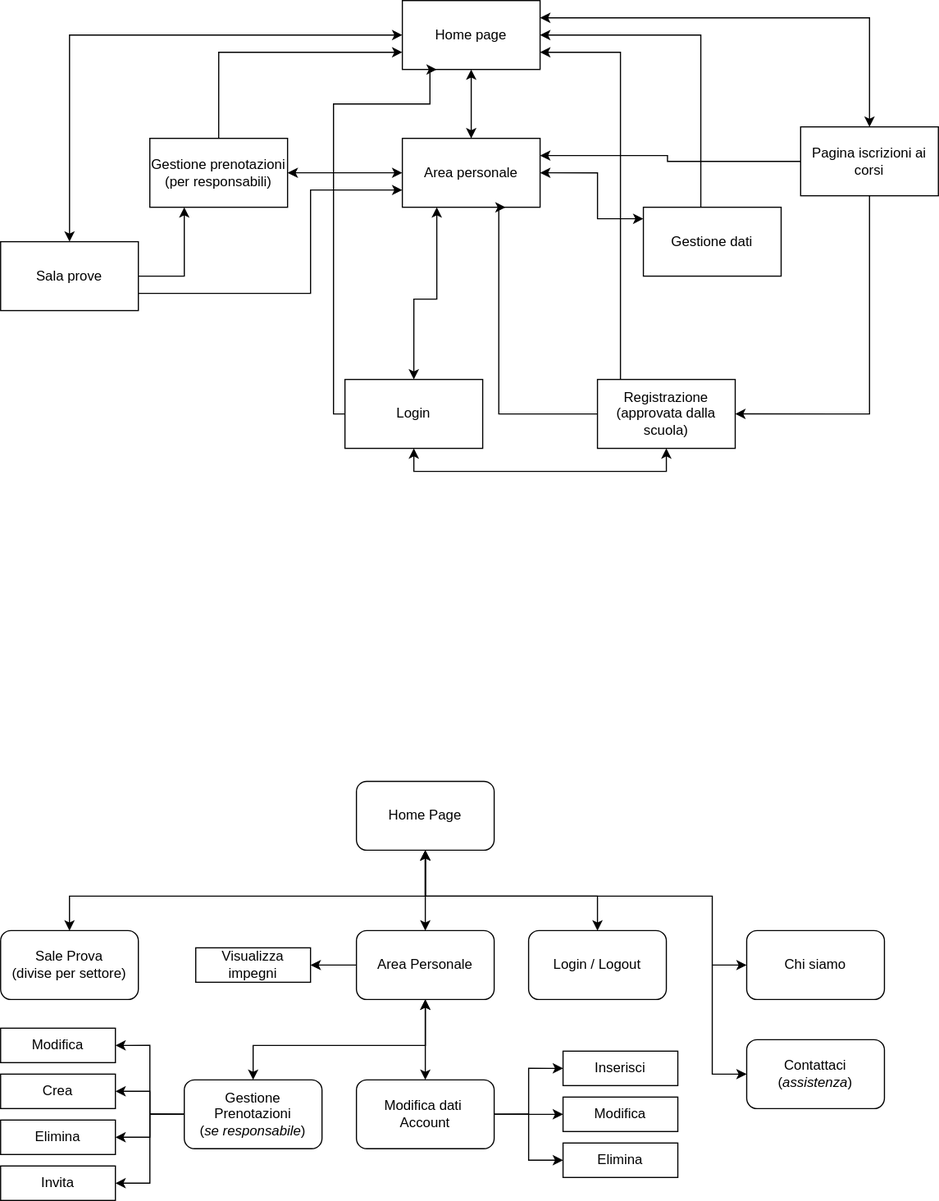
Above: schemiER/albero_funzionalità.svg in pirvllv/PWeb-Project_25-26_Ancri-Piralla-Suanno (draw.io), before the change. Source tidied: cells renumbered, new cells last; positions are measured from the earlier drawing's top-left corner, leaving out a move shared by most shapes.
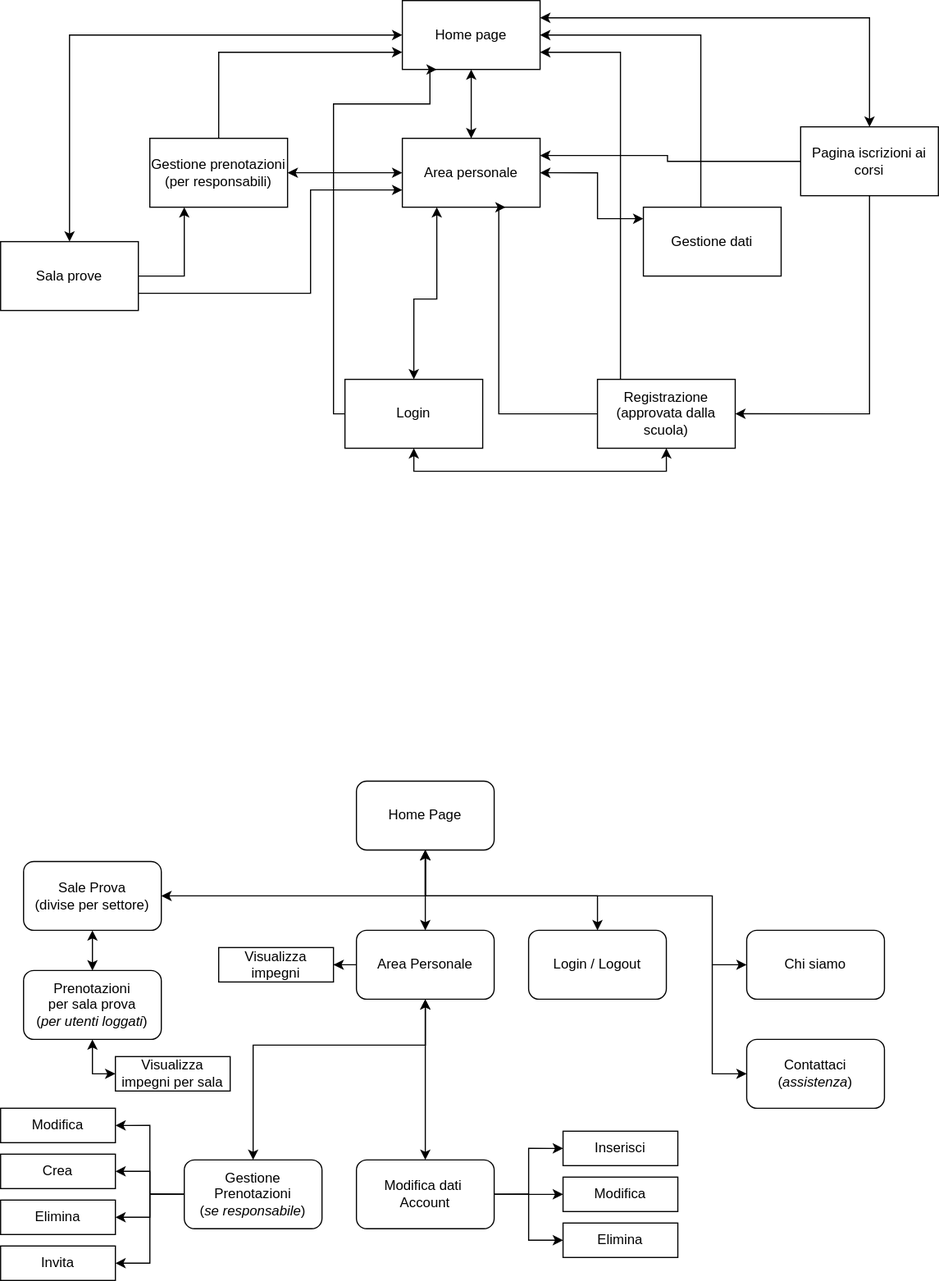
Later version of the same file.

Diff of the diagram source:
```diff
@@ -133,7 +133,7 @@
       <mxGeometry relative="1" as="geometry" />
     </mxCell>
     <mxCell id="30" value="Modifica dati&amp;nbsp;&lt;div&gt;Account&lt;/div&gt;" style="rounded=1;whiteSpace=wrap;html=1;" parent="1" vertex="1">
-      <mxGeometry x="310" y="940" width="120" height="60" as="geometry" />
+      <mxGeometry x="310" y="1010" width="120" height="60" as="geometry" />
     </mxCell>
     <mxCell id="31" style="edgeStyle=orthogonalEdgeStyle;rounded=0;jettySize=auto;html=1;entryX=1;entryY=0.5;entryDx=0;entryDy=0;" parent="1" edge="1" source="35" target="51">
       <mxGeometry relative="1" as="geometry" />
@@ -148,7 +148,7 @@
       <mxGeometry relative="1" as="geometry" />
     </mxCell>
     <mxCell id="35" value="Gestione Prenotazioni&lt;div&gt;(&lt;i&gt;se responsabile&lt;/i&gt;)&lt;/div&gt;" style="rounded=1;whiteSpace=wrap;html=1;" parent="1" vertex="1">
-      <mxGeometry x="160" y="940" width="120" height="60" as="geometry" />
+      <mxGeometry x="160" y="1010" width="120" height="60" as="geometry" />
     </mxCell>
     <mxCell id="36" style="edgeStyle=orthogonalEdgeStyle;rounded=0;jettySize=auto;html=1;entryX=1;entryY=0.5;entryDx=0;entryDy=0;" parent="1" edge="1" source="37" target="50">
       <mxGeometry relative="1" as="geometry" />
@@ -163,7 +163,7 @@
       <mxGeometry x="460" y="810" width="120" height="60" as="geometry" />
     </mxCell>
     <mxCell id="40" value="Sale Prova&lt;div&gt;(divise per settore)&lt;/div&gt;" style="rounded=1;whiteSpace=wrap;html=1;" parent="1" vertex="1">
-      <mxGeometry y="810" width="120" height="60" as="geometry" />
+      <mxGeometry x="20" y="750" width="120" height="60" as="geometry" />
     </mxCell>
     <mxCell id="41" style="endArrow=classic;startArrow=classic;html=1;rounded=0;exitX=0.5;exitY=0;exitDx=0;exitDy=0;entryX=0.5;entryY=1;entryDx=0;entryDy=0;" parent="1" edge="1" source="37" target="26">
       <mxGeometry relative="1" as="geometry" />
@@ -186,10 +186,10 @@
         </Array>
       </mxGeometry>
     </mxCell>
-    <mxCell id="44" style="endArrow=classic;startArrow=classic;html=1;rounded=0;exitX=0.5;exitY=0;exitDx=0;exitDy=0;entryX=0.5;entryY=1;entryDx=0;entryDy=0;" parent="1" edge="1" source="40" target="26">
+    <mxCell id="44" style="endArrow=classic;startArrow=classic;html=1;rounded=0;exitX=1;exitY=0.5;exitDx=0;exitDy=0;entryX=0.5;entryY=1;entryDx=0;entryDy=0;" parent="1" edge="1" source="40" target="26">
       <mxGeometry relative="1" as="geometry">
         <Array as="points">
-          <mxPoint x="60" y="780" />
+          <mxPoint x="190" y="780" />
           <mxPoint x="370" y="780" />
         </Array>
       </mxGeometry>
@@ -206,28 +206,28 @@
       </mxGeometry>
     </mxCell>
     <mxCell id="47" value="Modifica" style="rounded=0;whiteSpace=wrap;html=1;" parent="1" vertex="1">
-      <mxGeometry x="490" y="955" width="100" height="30" as="geometry" />
+      <mxGeometry x="490" y="1025" width="100" height="30" as="geometry" />
     </mxCell>
     <mxCell id="48" value="Inserisci" style="rounded=0;whiteSpace=wrap;html=1;" parent="1" vertex="1">
-      <mxGeometry x="490" y="915" width="100" height="30" as="geometry" />
+      <mxGeometry x="490" y="985" width="100" height="30" as="geometry" />
     </mxCell>
     <mxCell id="49" value="El&lt;span style=&quot;background-color: transparent; color: light-dark(rgb(0, 0, 0), rgb(255, 255, 255));&quot;&gt;imina&lt;/span&gt;" style="rounded=0;whiteSpace=wrap;html=1;" parent="1" vertex="1">
-      <mxGeometry x="490" y="995" width="100" height="30" as="geometry" />
+      <mxGeometry x="490" y="1065" width="100" height="30" as="geometry" />
     </mxCell>
     <mxCell id="50" value="Visualizza impegni" style="rounded=0;whiteSpace=wrap;html=1;" parent="1" vertex="1">
-      <mxGeometry x="170" y="825" width="100" height="30" as="geometry" />
+      <mxGeometry x="190" y="825" width="100" height="30" as="geometry" />
     </mxCell>
     <mxCell id="51" value="Modifica" style="rounded=0;whiteSpace=wrap;html=1;" parent="1" vertex="1">
-      <mxGeometry y="895" width="100" height="30" as="geometry" />
+      <mxGeometry y="965" width="100" height="30" as="geometry" />
     </mxCell>
     <mxCell id="52" value="Crea" style="rounded=0;whiteSpace=wrap;html=1;" parent="1" vertex="1">
-      <mxGeometry y="935" width="100" height="30" as="geometry" />
+      <mxGeometry y="1005" width="100" height="30" as="geometry" />
     </mxCell>
     <mxCell id="53" value="Elimina" style="rounded=0;whiteSpace=wrap;html=1;" parent="1" vertex="1">
-      <mxGeometry y="975" width="100" height="30" as="geometry" />
+      <mxGeometry y="1045" width="100" height="30" as="geometry" />
     </mxCell>
     <mxCell id="54" value="Invita" style="rounded=0;whiteSpace=wrap;html=1;" parent="1" vertex="1">
-      <mxGeometry y="1015" width="100" height="30" as="geometry" />
+      <mxGeometry y="1085" width="100" height="30" as="geometry" />
     </mxCell>
     <mxCell id="55" value="Contattaci&lt;div&gt;(&lt;i&gt;assistenza&lt;/i&gt;)&lt;/div&gt;" style="rounded=1;whiteSpace=wrap;html=1;" parent="1" vertex="1">
       <mxGeometry x="650" y="905" width="120" height="60" as="geometry" />
@@ -240,5 +240,21 @@
         </Array>
       </mxGeometry>
     </mxCell>
+    <mxCell id="57" value="Prenotazioni&lt;div&gt;per sala prova&lt;/div&gt;&lt;div&gt;(&lt;i&gt;per utenti loggati&lt;/i&gt;)&lt;/div&gt;" style="rounded=1;whiteSpace=wrap;html=1;" parent="1" vertex="1">
+      <mxGeometry x="20" y="845" width="120" height="60" as="geometry" />
+    </mxCell>
+    <mxCell id="58" style="endArrow=classic;startArrow=classic;html=1;rounded=0;entryX=0.5;entryY=1;entryDx=0;entryDy=0;exitX=0.5;exitY=0;exitDx=0;exitDy=0;" parent="1" edge="1" source="57" target="40">
+      <mxGeometry relative="1" as="geometry" />
+    </mxCell>
+    <mxCell id="59" value="Visualizza impegni per sala" style="rounded=0;whiteSpace=wrap;html=1;" parent="1" vertex="1">
+      <mxGeometry x="100" y="920" width="100" height="30" as="geometry" />
+    </mxCell>
+    <mxCell id="60" style="endArrow=classic;startArrow=classic;html=1;rounded=0;entryX=0.5;entryY=1;entryDx=0;entryDy=0;exitX=0;exitY=0.5;exitDx=0;exitDy=0;" parent="1" edge="1" source="59" target="57">
+      <mxGeometry relative="1" as="geometry">
+        <Array as="points">
+          <mxPoint x="80" y="935" />
+        </Array>
+      </mxGeometry>
+    </mxCell>
   </root>
 </mxGraphModel>
```
